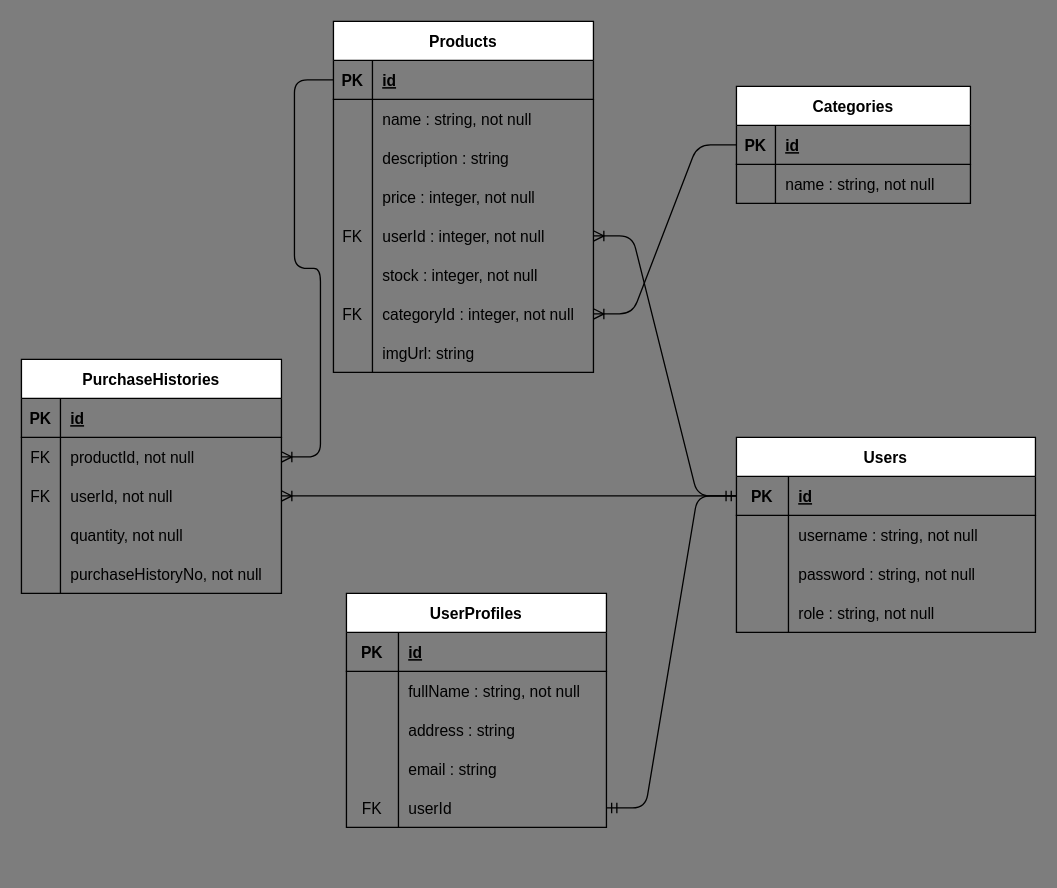
Before: schema_ecommerce.drawio in IngridSurya/PH1-PP-Ecommerce, a draw.io diagram. Source tidied: cells renumbered, new cells numbered last; positions are measured from the earlier drawing's top-left corner, leaving out a move shared by most shapes. Both pictures are drawn from the tidied source at 130%, with x=0, y=0 at pixel (21, 21).
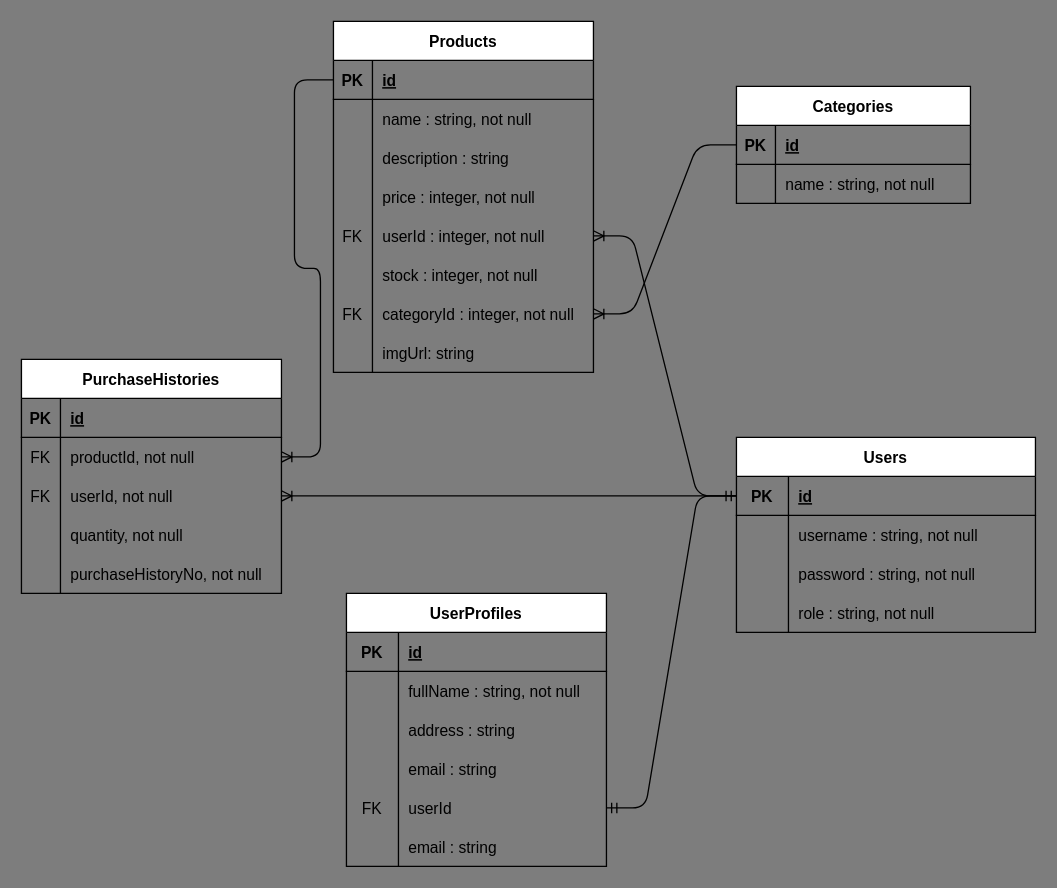
Above is the later version.

What changed in the source:
```diff
@@
     <mxCell id="66" value="UserProfiles" style="shape=table;startSize=30;childLayout=tableLayout;rowLines=0;fontStyle=1;align=center;" parent="1" vertex="1">
-      <mxGeometry x="250" y="440" width="200" height="180" as="geometry" />
+      <mxGeometry x="250" y="440" width="200" height="210" as="geometry" />
     </mxCell>
@@
+    <mxCell id="84" style="shape=tableRow;horizontal=0;startSize=0;swimlaneHead=0;swimlaneBody=0;fillColor=none;top=0;left=0;right=0;bottom=0;" parent="66" vertex="1">
+      <mxGeometry y="180" width="200" height="30" as="geometry" />
+    </mxCell>
+    <mxCell id="85" style="shape=partialRectangle;fillColor=none;top=0;left=0;bottom=0;right=0;overflow=hidden;" parent="84" vertex="1">
+      <mxGeometry width="40" height="30" as="geometry" />
+    </mxCell>
+    <mxCell id="86" value="email : string" style="shape=partialRectangle;fillColor=none;top=0;left=0;bottom=0;right=0;align=left;spacingLeft=6;overflow=hidden;" parent="84" vertex="1">
+      <mxGeometry x="40" width="160" height="30" as="geometry" />
+    </mxCell>
```
